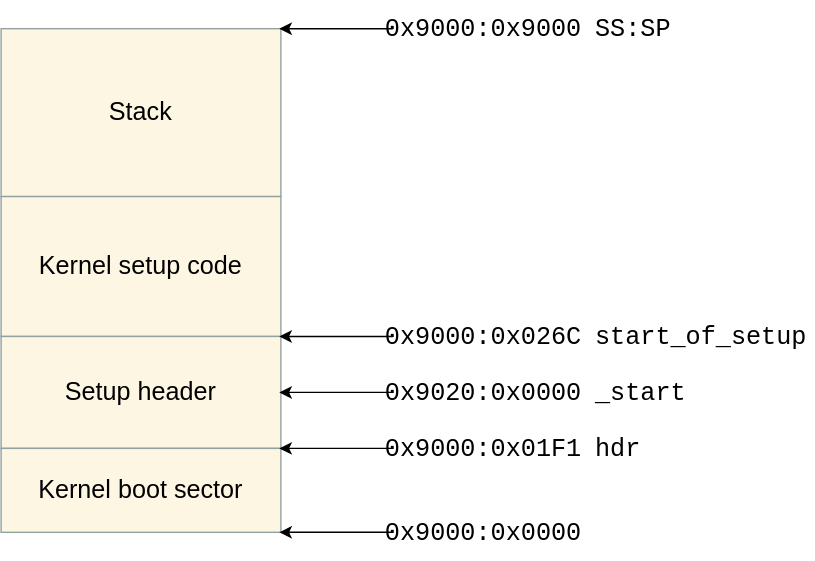
Before: Booting/images/early-stack.svg, a diagram exported from draw.io (0xAX/linux-insides). Source tidied: cells renumbered, new cells last; positions are measured from the earlier drawing's top-left corner, leaving out a move shared by most shapes.
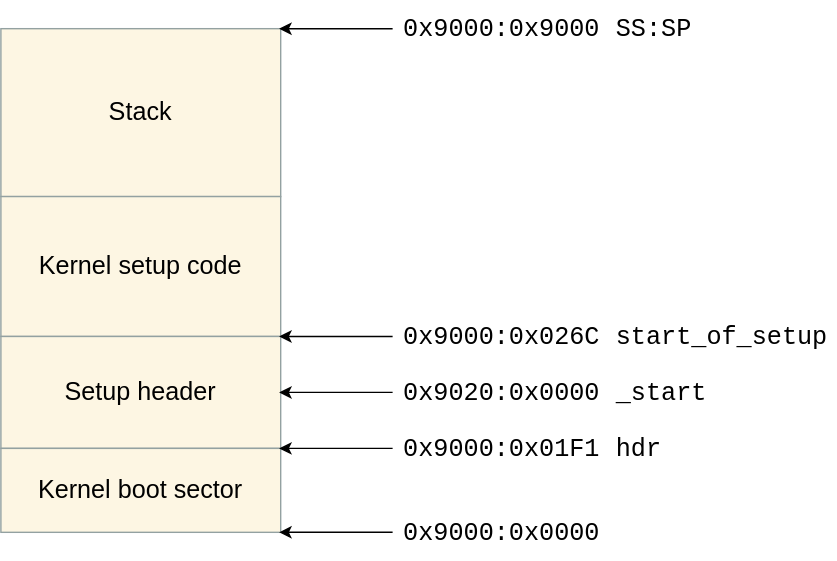
The same file after the commit.

What changed in the source:
```diff
@@ -20,11 +20,11 @@
         <mxPoint x="200" y="15" as="targetPoint" />
       </mxGeometry>
     </mxCell>
-    <mxCell id="7" value="0x9000:0x9000" style="text;html=1;align=center;verticalAlign=middle;whiteSpace=wrap;rounded=0;fontSize=18;fontFamily=monospace;fontColor=#000000;" parent="1" vertex="1">
-      <mxGeometry x="280" width="130" height="30" as="geometry" />
+    <mxCell id="7" value="0x9000:0x9000" style="text;html=1;align=left;verticalAlign=middle;whiteSpace=wrap;rounded=0;fontSize=18;fontFamily=monospace;fontColor=#000000;" parent="1" vertex="1">
+      <mxGeometry x="288" width="145" height="30" as="geometry" />
     </mxCell>
     <mxCell id="8" value="SS:SP" style="text;html=1;align=left;verticalAlign=middle;whiteSpace=nowrap;rounded=0;fontSize=18;fontFamily=monospace;fontColor=#000000;" parent="1" vertex="1">
-      <mxGeometry x="425" width="157" height="30" as="geometry" />
+      <mxGeometry x="440" width="157" height="30" as="geometry" />
     </mxCell>
     <mxCell id="9" style="edgeStyle=orthogonalEdgeStyle;rounded=0;orthogonalLoop=1;html=1;" parent="1" edge="1">
       <mxGeometry relative="1" as="geometry">
@@ -32,11 +32,11 @@
         <mxPoint x="200" y="235" as="targetPoint" />
       </mxGeometry>
     </mxCell>
-    <mxCell id="10" value="0x9000:0x026C" style="text;html=1;align=center;verticalAlign=middle;whiteSpace=wrap;rounded=0;fontSize=18;fontFamily=monospace;fontColor=#000000;" parent="1" vertex="1">
-      <mxGeometry x="280" y="220" width="130" height="30" as="geometry" />
+    <mxCell id="10" value="0x9000:0x026C" style="text;html=1;align=left;verticalAlign=middle;whiteSpace=wrap;rounded=0;fontSize=18;fontFamily=monospace;fontColor=#000000;" parent="1" vertex="1">
+      <mxGeometry x="288" y="220" width="145" height="30" as="geometry" />
     </mxCell>
     <mxCell id="11" value="start_of_setup" style="text;html=1;align=left;verticalAlign=middle;whiteSpace=nowrap;rounded=0;fontSize=18;fontFamily=monospace;fontColor=#000000;" parent="1" vertex="1">
-      <mxGeometry x="425" y="220" width="157" height="30" as="geometry" />
+      <mxGeometry x="440" y="220" width="157" height="30" as="geometry" />
     </mxCell>
     <mxCell id="12" style="edgeStyle=orthogonalEdgeStyle;rounded=0;orthogonalLoop=1;html=1;" parent="1" edge="1">
       <mxGeometry relative="1" as="geometry">
@@ -44,11 +44,11 @@
         <mxPoint x="200" y="275" as="targetPoint" />
       </mxGeometry>
     </mxCell>
-    <mxCell id="13" value="0x9020:0x0000" style="text;html=1;align=center;verticalAlign=middle;whiteSpace=wrap;rounded=0;fontSize=18;fontFamily=monospace;fontColor=#000000;" parent="1" vertex="1">
-      <mxGeometry x="280" y="260" width="130" height="30" as="geometry" />
+    <mxCell id="13" value="0x9020:0x0000" style="text;html=1;align=left;verticalAlign=middle;whiteSpace=wrap;rounded=0;fontSize=18;fontFamily=monospace;fontColor=#000000;" parent="1" vertex="1">
+      <mxGeometry x="288" y="260" width="145" height="30" as="geometry" />
     </mxCell>
     <mxCell id="14" value="_start" style="text;html=1;align=left;verticalAlign=middle;whiteSpace=nowrap;rounded=0;fontSize=18;fontFamily=monospace;fontColor=#000000;" parent="1" vertex="1">
-      <mxGeometry x="425" y="260" width="157" height="30" as="geometry" />
+      <mxGeometry x="440" y="260" width="157" height="30" as="geometry" />
     </mxCell>
     <mxCell id="15" style="edgeStyle=orthogonalEdgeStyle;rounded=0;orthogonalLoop=1;html=1;" parent="1" edge="1">
       <mxGeometry relative="1" as="geometry">
@@ -56,11 +56,11 @@
         <mxPoint x="200" y="315" as="targetPoint" />
       </mxGeometry>
     </mxCell>
-    <mxCell id="16" value="0x9000:0x01F1" style="text;html=1;align=center;verticalAlign=middle;whiteSpace=wrap;rounded=0;fontSize=18;fontFamily=monospace;fontColor=#000000;" parent="1" vertex="1">
-      <mxGeometry x="280" y="300" width="130" height="30" as="geometry" />
+    <mxCell id="16" value="0x9000:0x01F1" style="text;html=1;align=left;verticalAlign=middle;whiteSpace=wrap;rounded=0;fontSize=18;fontFamily=monospace;fontColor=#000000;" parent="1" vertex="1">
+      <mxGeometry x="288" y="300" width="145" height="30" as="geometry" />
     </mxCell>
     <mxCell id="17" value="hdr" style="text;html=1;align=left;verticalAlign=middle;whiteSpace=nowrap;rounded=0;fontSize=18;fontFamily=monospace;fontColor=#000000;" parent="1" vertex="1">
-      <mxGeometry x="425" y="300" width="157" height="30" as="geometry" />
+      <mxGeometry x="440" y="300" width="157" height="30" as="geometry" />
     </mxCell>
     <mxCell id="18" style="edgeStyle=orthogonalEdgeStyle;rounded=0;orthogonalLoop=1;html=1;" parent="1" edge="1">
       <mxGeometry relative="1" as="geometry">
@@ -68,8 +68,8 @@
         <mxPoint x="200" y="375" as="targetPoint" />
       </mxGeometry>
     </mxCell>
-    <mxCell id="19" value="0x9000:0x0000" style="text;html=1;align=center;verticalAlign=middle;whiteSpace=wrap;rounded=0;fontSize=18;fontFamily=monospace;fontColor=#000000;" parent="1" vertex="1">
-      <mxGeometry x="280" y="360" width="130" height="30" as="geometry" />
+    <mxCell id="19" value="0x9000:0x0000" style="text;html=1;align=left;verticalAlign=middle;whiteSpace=wrap;rounded=0;fontSize=18;fontFamily=monospace;fontColor=#000000;" parent="1" vertex="1">
+      <mxGeometry x="288" y="360" width="145" height="30" as="geometry" />
     </mxCell>
   </root>
 </mxGraphModel>
```
